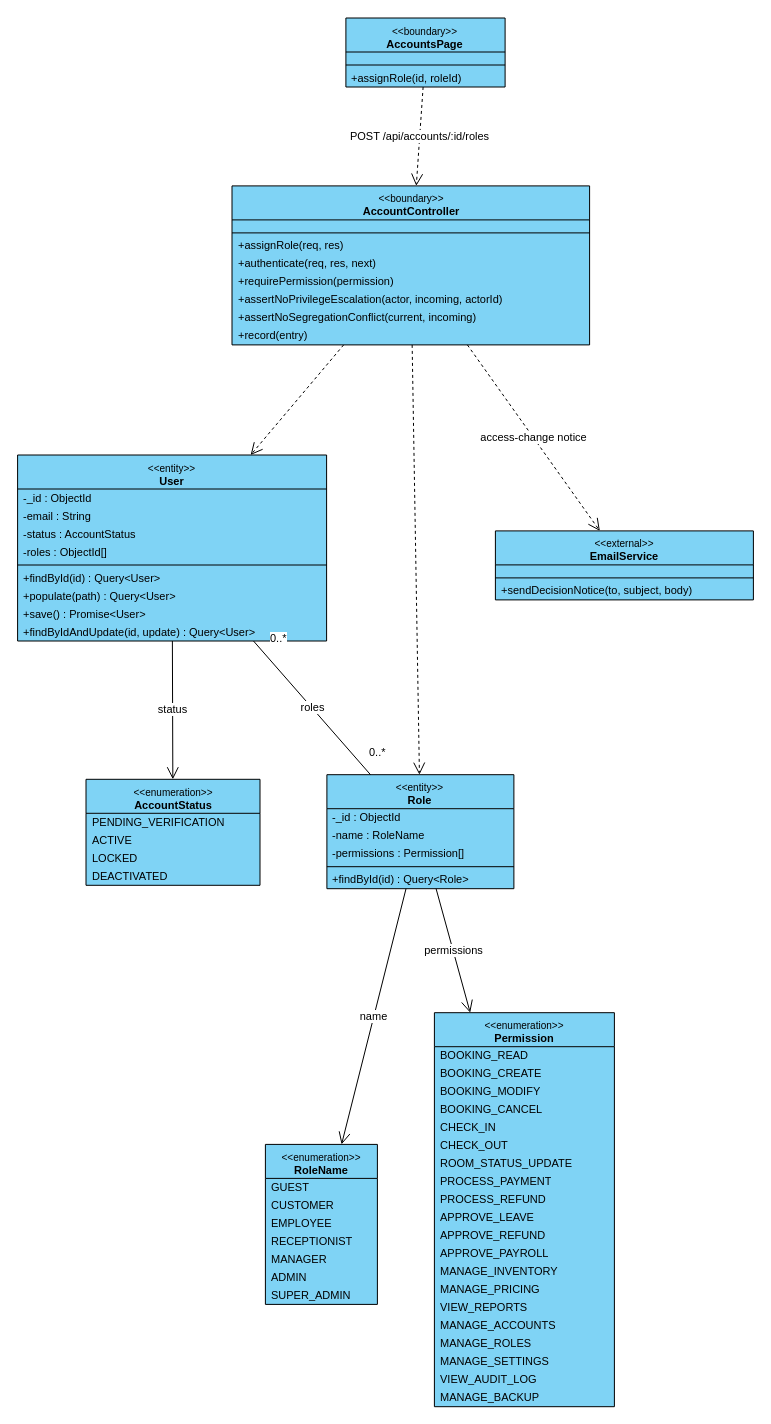
Earlier version of the draw.io diagram final/diagrams/M2_Auth-And-Administration_Diagrams/class_diagrams/CD-08_UC-A06_AssignRoleToAccount.drawio (toikobi401/SWD392). Source tidied: cells renumbered, new cells numbered last; positions are measured from the earlier drawing's top-left corner, leaving out a move shared by most shapes. Both pictures are drawn from the tidied source at 100%, with x=0, y=0 at pixel (17, 17).
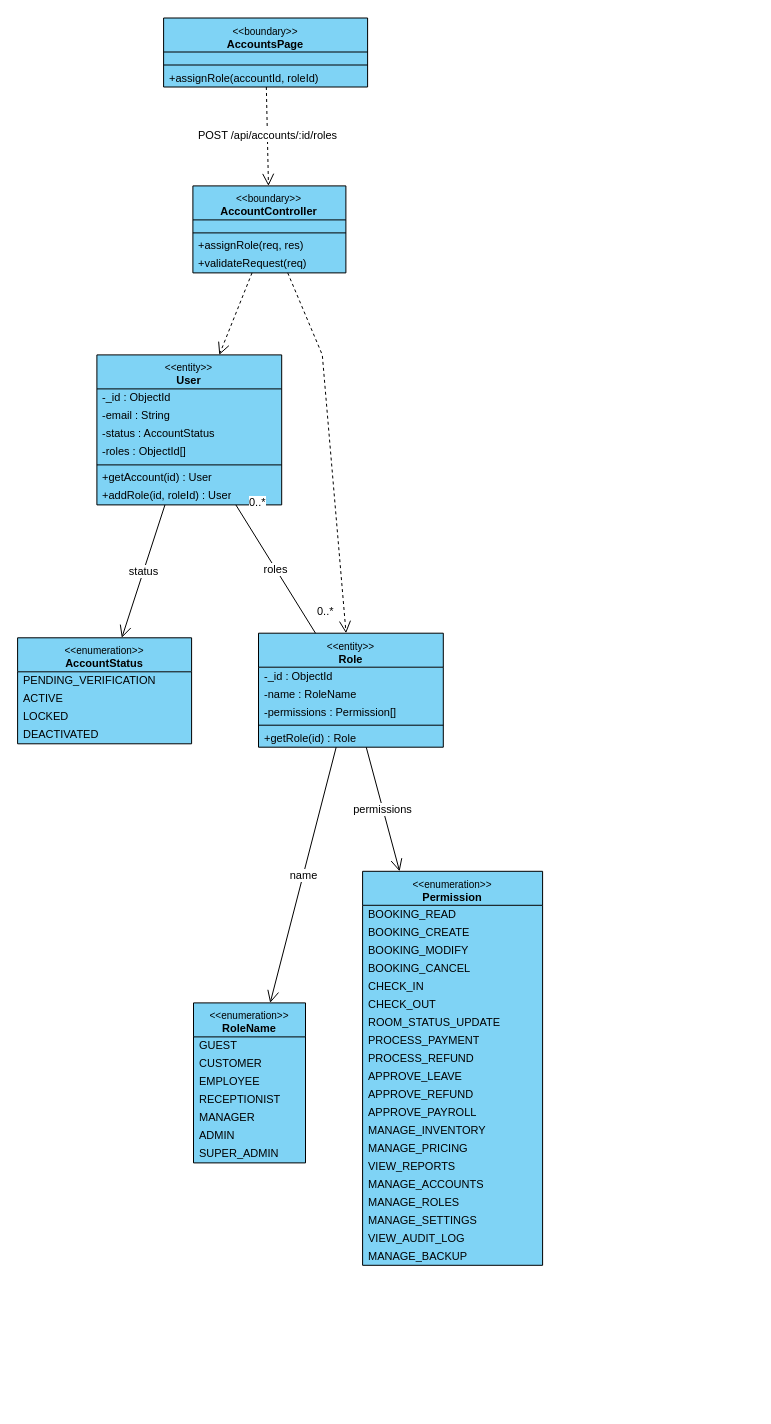
The same page after the edit.

Diff of the diagram source:
```diff
@@
     <mxCell id="2" value="&lt;font style=&quot;font-size:10px&quot;&gt;&amp;lt;&amp;lt;boundary&amp;gt;&amp;gt;&lt;/font&gt;&lt;br&gt;&lt;b&gt;AccountsPage&lt;/b&gt;" style="swimlane;fontStyle=0;align=center;verticalAlign=top;horizontal=1;startSize=34;html=1;whiteSpace=wrap;fontSize=11;fillColor=#7fd3f5;swimlaneFillColor=#7fd3f5;strokeColor=#000000;" parent="1" vertex="1">
-      <mxGeometry x="328.4" y="0.5" width="159.2" height="69" as="geometry" />
+      <mxGeometry x="146.1" y="0.5" width="204" height="69" as="geometry" />
     </mxCell>
     <mxCell id="3" style="text;strokeColor=none;fillColor=none;html=1;" parent="2" vertex="1">
-      <mxGeometry y="34" width="159.2" height="9" as="geometry" />
+      <mxGeometry y="34" width="204" height="9" as="geometry" />
     </mxCell>
     <mxCell id="4" style="line;strokeWidth=1;fillColor=none;align=left;verticalAlign=middle;spacingTop=-1;spacingLeft=3;spacingRight=3;labelPosition=right;strokeColor=#000000;" parent="2" vertex="1">
-      <mxGeometry y="43" width="159.2" height="8" as="geometry" />
+      <mxGeometry y="43" width="204" height="8" as="geometry" />
     </mxCell>
-    <mxCell id="5" value="+assignRole(id, roleId)" style="text;strokeColor=none;fillColor=none;align=left;verticalAlign=middle;spacingLeft=4;spacingRight=4;overflow=hidden;whiteSpace=nowrap;html=1;fontSize=11;" parent="2" vertex="1">
-      <mxGeometry y="51" width="159.2" height="18" as="geometry" />
+    <mxCell id="5" value="+assignRole(accountId, roleId)" style="text;strokeColor=none;fillColor=none;align=left;verticalAlign=middle;spacingLeft=4;spacingRight=4;overflow=hidden;whiteSpace=nowrap;html=1;fontSize=11;" parent="2" vertex="1">
+      <mxGeometry y="51" width="204" height="18" as="geometry" />
     </mxCell>
     <mxCell id="6" value="&lt;font style=&quot;font-size:10px&quot;&gt;&amp;lt;&amp;lt;boundary&amp;gt;&amp;gt;&lt;/font&gt;&lt;br&gt;&lt;b&gt;AccountController&lt;/b&gt;" style="swimlane;fontStyle=0;align=center;verticalAlign=top;horizontal=1;startSize=34;html=1;whiteSpace=wrap;fontSize=11;fillColor=#7fd3f5;swimlaneFillColor=#7fd3f5;strokeColor=#000000;" parent="1" vertex="1">
-      <mxGeometry x="214.5" y="168.4" width="357.6" height="159" as="geometry" />
+      <mxGeometry x="175.4" y="168.4" width="153" height="87" as="geometry" />
     </mxCell>
     <mxCell id="7" style="text;strokeColor=none;fillColor=none;html=1;" parent="6" vertex="1">
-      <mxGeometry y="34" width="357.6" height="9" as="geometry" />
+      <mxGeometry y="34" width="153" height="9" as="geometry" />
     </mxCell>
     <mxCell id="8" style="line;strokeWidth=1;fillColor=none;align=left;verticalAlign=middle;spacingTop=-1;spacingLeft=3;spacingRight=3;labelPosition=right;strokeColor=#000000;" parent="6" vertex="1">
-      <mxGeometry y="43" width="357.6" height="8" as="geometry" />
+      <mxGeometry y="43" width="153" height="8" as="geometry" />
     </mxCell>
     <mxCell id="9" value="+assignRole(req, res)" style="text;strokeColor=none;fillColor=none;align=left;verticalAlign=middle;spacingLeft=4;spacingRight=4;overflow=hidden;whiteSpace=nowrap;html=1;fontSize=11;" parent="6" vertex="1">
-      <mxGeometry y="51" width="357.6" height="18" as="geometry" />
+      <mxGeometry y="51" width="153" height="18" as="geometry" />
     </mxCell>
-    <mxCell id="10" value="+authenticate(req, res, next)" style="text;strokeColor=none;fillColor=none;align=left;verticalAlign=middle;spacingLeft=4;spacingRight=4;overflow=hidden;whiteSpace=nowrap;html=1;fontSize=11;" parent="6" vertex="1">
-      <mxGeometry y="69" width="357.6" height="18" as="geometry" />
+    <mxCell id="10" value="+validateRequest(req)" style="text;strokeColor=none;fillColor=none;align=left;verticalAlign=middle;spacingLeft=4;spacingRight=4;overflow=hidden;whiteSpace=nowrap;html=1;fontSize=11;" parent="6" vertex="1">
+      <mxGeometry y="69" width="153" height="18" as="geometry" />
     </mxCell>
-    <mxCell id="11" value="+requirePermission(permission)" style="text;strokeColor=none;fillColor=none;align=left;verticalAlign=middle;spacingLeft=4;spacingRight=4;overflow=hidden;whiteSpace=nowrap;html=1;fontSize=11;" parent="6" vertex="1">
-      <mxGeometry y="87" width="357.6" height="18" as="geometry" />
-    </mxCell>
-    <mxCell id="12" value="+assertNoPrivilegeEscalation(actor, incoming, actorId)" style="text;strokeColor=none;fillColor=none;align=left;verticalAlign=middle;spacingLeft=4;spacingRight=4;overflow=hidden;whiteSpace=nowrap;html=1;fontSize=11;" parent="6" vertex="1">
-      <mxGeometry y="105" width="357.6" height="18" as="geometry" />
-    </mxCell>
-    <mxCell id="13" value="+assertNoSegregationConflict(current, incoming)" style="text;strokeColor=none;fillColor=none;align=left;verticalAlign=middle;spacingLeft=4;spacingRight=4;overflow=hidden;whiteSpace=nowrap;html=1;fontSize=11;" parent="6" vertex="1">
-      <mxGeometry y="123" width="357.6" height="18" as="geometry" />
-    </mxCell>
-    <mxCell id="14" value="+record(entry)" style="text;strokeColor=none;fillColor=none;align=left;verticalAlign=middle;spacingLeft=4;spacingRight=4;overflow=hidden;whiteSpace=nowrap;html=1;fontSize=11;" parent="6" vertex="1">
-      <mxGeometry y="141" width="357.6" height="18" as="geometry" />
-    </mxCell>
     <mxCell id="15" value="&lt;font style=&quot;font-size:10px&quot;&gt;&amp;lt;&amp;lt;entity&amp;gt;&amp;gt;&lt;/font&gt;&lt;br&gt;&lt;b&gt;User&lt;/b&gt;" style="swimlane;fontStyle=0;align=center;verticalAlign=top;horizontal=1;startSize=34;html=1;whiteSpace=wrap;fontSize=11;fillColor=#7fd3f5;swimlaneFillColor=#7fd3f5;strokeColor=#000000;" parent="1" vertex="1">
-      <mxGeometry x="0.1" y="437.5" width="309" height="186" as="geometry" />
+      <mxGeometry x="79.4" y="337.4" width="184.8" height="150" as="geometry" />
     </mxCell>
     <mxCell id="16" value="-_id : ObjectId" style="text;strokeColor=none;fillColor=none;align=left;verticalAlign=middle;spacingLeft=4;spacingRight=4;overflow=hidden;whiteSpace=nowrap;html=1;fontSize=11;" parent="15" vertex="1">
-      <mxGeometry y="34" width="309" height="18" as="geometry" />
+      <mxGeometry y="34" width="184.8" height="18" as="geometry" />
     </mxCell>
     <mxCell id="17" value="-email : String" style="text;strokeColor=none;fillColor=none;align=left;verticalAlign=middle;spacingLeft=4;spacingRight=4;overflow=hidden;whiteSpace=nowrap;html=1;fontSize=11;" parent="15" vertex="1">
-      <mxGeometry y="52" width="309" height="18" as="geometry" />
+      <mxGeometry y="52" width="184.8" height="18" as="geometry" />
     </mxCell>
     <mxCell id="18" value="-status : AccountStatus" style="text;strokeColor=none;fillColor=none;align=left;verticalAlign=middle;spacingLeft=4;spacingRight=4;overflow=hidden;whiteSpace=nowrap;html=1;fontSize=11;" parent="15" vertex="1">
-      <mxGeometry y="70" width="309" height="18" as="geometry" />
+      <mxGeometry y="70" width="184.8" height="18" as="geometry" />
     </mxCell>
     <mxCell id="19" value="-roles : ObjectId[]" style="text;strokeColor=none;fillColor=none;align=left;verticalAlign=middle;spacingLeft=4;spacingRight=4;overflow=hidden;whiteSpace=nowrap;html=1;fontSize=11;" parent="15" vertex="1">
-      <mxGeometry y="88" width="309" height="18" as="geometry" />
+      <mxGeometry y="88" width="184.8" height="18" as="geometry" />
     </mxCell>
     <mxCell id="20" style="line;strokeWidth=1;fillColor=none;align=left;verticalAlign=middle;spacingTop=-1;spacingLeft=3;spacingRight=3;labelPosition=right;strokeColor=#000000;" parent="15" vertex="1">
-      <mxGeometry y="106" width="309" height="8" as="geometry" />
+      <mxGeometry y="106" width="184.8" height="8" as="geometry" />
     </mxCell>
-    <mxCell id="21" value="+findById(id) : Query&amp;lt;User&amp;gt;" style="text;strokeColor=none;fillColor=none;align=left;verticalAlign=middle;spacingLeft=4;spacingRight=4;overflow=hidden;whiteSpace=nowrap;html=1;fontSize=11;" parent="15" vertex="1">
-      <mxGeometry y="114" width="309" height="18" as="geometry" />
+    <mxCell id="21" value="+getAccount(id) : User" style="text;strokeColor=none;fillColor=none;align=left;verticalAlign=middle;spacingLeft=4;spacingRight=4;overflow=hidden;whiteSpace=nowrap;html=1;fontSize=11;" parent="15" vertex="1">
+      <mxGeometry y="114" width="184.8" height="18" as="geometry" />
     </mxCell>
-    <mxCell id="22" value="+populate(path) : Query&amp;lt;User&amp;gt;" style="text;strokeColor=none;fillColor=none;align=left;verticalAlign=middle;spacingLeft=4;spacingRight=4;overflow=hidden;whiteSpace=nowrap;html=1;fontSize=11;" parent="15" vertex="1">
-      <mxGeometry y="132" width="309" height="18" as="geometry" />
+    <mxCell id="22" value="+addRole(id, roleId) : User" style="text;strokeColor=none;fillColor=none;align=left;verticalAlign=middle;spacingLeft=4;spacingRight=4;overflow=hidden;whiteSpace=nowrap;html=1;fontSize=11;" parent="15" vertex="1">
+      <mxGeometry y="132" width="184.8" height="18" as="geometry" />
     </mxCell>
-    <mxCell id="23" value="+save() : Promise&amp;lt;User&amp;gt;" style="text;strokeColor=none;fillColor=none;align=left;verticalAlign=middle;spacingLeft=4;spacingRight=4;overflow=hidden;whiteSpace=nowrap;html=1;fontSize=11;" parent="15" vertex="1">
-      <mxGeometry y="150" width="309" height="18" as="geometry" />
-    </mxCell>
-    <mxCell id="24" value="+findByIdAndUpdate(id, update) : Query&amp;lt;User&amp;gt;" style="text;strokeColor=none;fillColor=none;align=left;verticalAlign=middle;spacingLeft=4;spacingRight=4;overflow=hidden;whiteSpace=nowrap;html=1;fontSize=11;" parent="15" vertex="1">
-      <mxGeometry y="168" width="309" height="18" as="geometry" />
-    </mxCell>
     <mxCell id="25" value="&lt;font style=&quot;font-size:10px&quot;&gt;&amp;lt;&amp;lt;entity&amp;gt;&amp;gt;&lt;/font&gt;&lt;br&gt;&lt;b&gt;Role&lt;/b&gt;" style="swimlane;fontStyle=0;align=center;verticalAlign=top;horizontal=1;startSize=34;html=1;whiteSpace=wrap;fontSize=11;fillColor=#7fd3f5;swimlaneFillColor=#7fd3f5;strokeColor=#000000;" parent="1" vertex="1">
-      <mxGeometry x="309.4" y="757.2" width="187" height="114" as="geometry" />
+      <mxGeometry x="241" y="615.7" width="184.8" height="114" as="geometry" />
     </mxCell>
     <mxCell id="26" value="-_id : ObjectId" style="text;strokeColor=none;fillColor=none;align=left;verticalAlign=middle;spacingLeft=4;spacingRight=4;overflow=hidden;whiteSpace=nowrap;html=1;fontSize=11;" parent="25" vertex="1">
-      <mxGeometry y="34" width="187" height="18" as="geometry" />
+      <mxGeometry y="34" width="184.8" height="18" as="geometry" />
     </mxCell>
     <mxCell id="27" value="-name : RoleName" style="text;strokeColor=none;fillColor=none;align=left;verticalAlign=middle;spacingLeft=4;spacingRight=4;overflow=hidden;whiteSpace=nowrap;html=1;fontSize=11;" parent="25" vertex="1">
-      <mxGeometry y="52" width="187" height="18" as="geometry" />
+      <mxGeometry y="52" width="184.8" height="18" as="geometry" />
     </mxCell>
     <mxCell id="28" value="-permissions : Permission[]" style="text;strokeColor=none;fillColor=none;align=left;verticalAlign=middle;spacingLeft=4;spacingRight=4;overflow=hidden;whiteSpace=nowrap;html=1;fontSize=11;" parent="25" vertex="1">
-      <mxGeometry y="70" width="187" height="18" as="geometry" />
+      <mxGeometry y="70" width="184.8" height="18" as="geometry" />
     </mxCell>
     <mxCell id="29" style="line;strokeWidth=1;fillColor=none;align=left;verticalAlign=middle;spacingTop=-1;spacingLeft=3;spacingRight=3;labelPosition=right;strokeColor=#000000;" parent="25" vertex="1">
-      <mxGeometry y="88" width="187" height="8" as="geometry" />
+      <mxGeometry y="88" width="184.8" height="8" as="geometry" />
     </mxCell>
-    <mxCell id="30" value="+findById(id) : Query&amp;lt;Role&amp;gt;" style="text;strokeColor=none;fillColor=none;align=left;verticalAlign=middle;spacingLeft=4;spacingRight=4;overflow=hidden;whiteSpace=nowrap;html=1;fontSize=11;" parent="25" vertex="1">
-      <mxGeometry y="96" width="187" height="18" as="geometry" />
+    <mxCell id="30" value="+getRole(id) : Role" style="text;strokeColor=none;fillColor=none;align=left;verticalAlign=middle;spacingLeft=4;spacingRight=4;overflow=hidden;whiteSpace=nowrap;html=1;fontSize=11;" parent="25" vertex="1">
+      <mxGeometry y="96" width="184.8" height="18" as="geometry" />
     </mxCell>
-    <mxCell id="31" value="&lt;font style=&quot;font-size:10px&quot;&gt;&amp;lt;&amp;lt;external&amp;gt;&amp;gt;&lt;/font&gt;&lt;br&gt;&lt;b&gt;EmailService&lt;/b&gt;" style="swimlane;fontStyle=0;align=center;verticalAlign=top;horizontal=1;startSize=34;html=1;whiteSpace=wrap;fontSize=11;fillColor=#7fd3f5;swimlaneFillColor=#7fd3f5;strokeColor=#000000;" parent="1" vertex="1">
-      <mxGeometry x="477.9" y="513.4" width="258" height="69" as="geometry" />
-    </mxCell>
-    <mxCell id="32" style="text;strokeColor=none;fillColor=none;html=1;" parent="31" vertex="1">
-      <mxGeometry y="34" width="258" height="9" as="geometry" />
-    </mxCell>
-    <mxCell id="33" style="line;strokeWidth=1;fillColor=none;align=left;verticalAlign=middle;spacingTop=-1;spacingLeft=3;spacingRight=3;labelPosition=right;strokeColor=#000000;" parent="31" vertex="1">
-      <mxGeometry y="43" width="258" height="8" as="geometry" />
-    </mxCell>
-    <mxCell id="34" value="+sendDecisionNotice(to, subject, body)" style="text;strokeColor=none;fillColor=none;align=left;verticalAlign=middle;spacingLeft=4;spacingRight=4;overflow=hidden;whiteSpace=nowrap;html=1;fontSize=11;" parent="31" vertex="1">
-      <mxGeometry y="51" width="258" height="18" as="geometry" />
-    </mxCell>
     <mxCell id="35" value="&lt;font style=&quot;font-size:10px&quot;&gt;&amp;lt;&amp;lt;enumeration&amp;gt;&amp;gt;&lt;/font&gt;&lt;br&gt;&lt;b&gt;AccountStatus&lt;/b&gt;" style="swimlane;fontStyle=0;align=center;verticalAlign=top;horizontal=1;startSize=34;html=1;whiteSpace=wrap;fontSize=11;fillColor=#7fd3f5;swimlaneFillColor=#7fd3f5;strokeColor=#000000;" parent="1" vertex="1">
-      <mxGeometry x="68.5" y="761.8" width="174" height="106" as="geometry" />
+      <mxGeometry x="0.1" y="620.3" width="174" height="106" as="geometry" />
     </mxCell>
@@
     <mxCell id="40" value="&lt;font style=&quot;font-size:10px&quot;&gt;&amp;lt;&amp;lt;enumeration&amp;gt;&amp;gt;&lt;/font&gt;&lt;br&gt;&lt;b&gt;RoleName&lt;/b&gt;" style="swimlane;fontStyle=0;align=center;verticalAlign=top;horizontal=1;startSize=34;html=1;whiteSpace=wrap;fontSize=11;fillColor=#7fd3f5;swimlaneFillColor=#7fd3f5;strokeColor=#000000;" parent="1" vertex="1">
-      <mxGeometry x="247.9" y="1126.9" width="112" height="160" as="geometry" />
+      <mxGeometry x="176" y="985.4" width="112" height="160" as="geometry" />
     </mxCell>
@@
     <mxCell id="48" value="&lt;font style=&quot;font-size:10px&quot;&gt;&amp;lt;&amp;lt;enumeration&amp;gt;&amp;gt;&lt;/font&gt;&lt;br&gt;&lt;b&gt;Permission&lt;/b&gt;" style="swimlane;fontStyle=0;align=center;verticalAlign=top;horizontal=1;startSize=34;html=1;whiteSpace=wrap;fontSize=11;fillColor=#7fd3f5;swimlaneFillColor=#7fd3f5;strokeColor=#000000;" parent="1" vertex="1">
-      <mxGeometry x="416.9" y="995.2" width="180" height="394" as="geometry" />
+      <mxGeometry x="345.1" y="853.8" width="180" height="394" as="geometry" />
     </mxCell>
@@
     <mxCell id="71" style="html=1;rounded=0;fontSize=11;labelBackgroundColor=#ffffff;dashed=1;endArrow=open;endSize=10;" parent="1" edge="1" source="6" target="25">
-      <mxGeometry relative="1" as="geometry" />
+      <mxGeometry relative="1" as="geometry">
+        <Array as="points">
+          <mxPoint x="304.8" y="337.4" />
+        </Array>
+      </mxGeometry>
     </mxCell>
-    <mxCell id="72" value="access-change notice" style="html=1;rounded=0;fontSize=11;labelBackgroundColor=#ffffff;dashed=1;endArrow=open;endSize=10;" parent="1" edge="1" source="6" target="31">
+    <mxCell id="72" value="roles" style="html=1;rounded=0;fontSize=11;labelBackgroundColor=#ffffff;endArrow=none;" parent="1" edge="1" source="15" target="25">
       <mxGeometry relative="1" as="geometry" />
     </mxCell>
+    <mxCell id="79" value="0..*" style="edgeLabel;html=1;align=left;verticalAlign=bottom;fontSize=11;" parent="72" vertex="1">
+      <mxGeometry x="-0.85" relative="1" as="geometry">
+        <mxPoint x="6" y="-4" as="offset" />
+      </mxGeometry>
+    </mxCell>
+    <mxCell id="80" value="0..*" style="edgeLabel;html=1;align=left;verticalAlign=bottom;fontSize=11;" parent="72" vertex="1">
+      <mxGeometry x="0.85" relative="1" as="geometry">
+        <mxPoint x="6" y="-4" as="offset" />
+      </mxGeometry>
+    </mxCell>
-    <mxCell id="73" value="roles" style="html=1;rounded=0;fontSize=11;labelBackgroundColor=#ffffff;endArrow=none;" parent="1" edge="1" source="15" target="25">
+    <mxCell id="73" value="status" style="html=1;rounded=0;fontSize=11;labelBackgroundColor=#ffffff;endArrow=open;endSize=10;" parent="1" edge="1" source="15" target="35">
       <mxGeometry relative="1" as="geometry" />
     </mxCell>
-    <mxCell id="74" value="0..*" style="edgeLabel;html=1;align=left;verticalAlign=bottom;fontSize=11;" parent="73" vertex="1">
-      <mxGeometry x="-0.85" relative="1" as="geometry">
-        <mxPoint x="6" y="-4" as="offset" />
-      </mxGeometry>
-    </mxCell>
-    <mxCell id="75" value="0..*" style="edgeLabel;html=1;align=left;verticalAlign=bottom;fontSize=11;" parent="73" vertex="1">
-      <mxGeometry x="0.85" relative="1" as="geometry">
-        <mxPoint x="6" y="-4" as="offset" />
-      </mxGeometry>
-    </mxCell>
-    <mxCell id="76" value="status" style="html=1;rounded=0;fontSize=11;labelBackgroundColor=#ffffff;endArrow=open;endSize=10;" parent="1" edge="1" source="15" target="35">
+    <mxCell id="76" value="name" style="html=1;rounded=0;fontSize=11;labelBackgroundColor=#ffffff;endArrow=open;endSize=10;" parent="1" edge="1" source="25" target="40">
       <mxGeometry relative="1" as="geometry" />
     </mxCell>
-    <mxCell id="77" value="name" style="html=1;rounded=0;fontSize=11;labelBackgroundColor=#ffffff;endArrow=open;endSize=10;" parent="1" edge="1" source="25" target="40">
+    <mxCell id="77" value="permissions" style="html=1;rounded=0;fontSize=11;labelBackgroundColor=#ffffff;endArrow=open;endSize=10;" parent="1" edge="1" source="25" target="48">
       <mxGeometry relative="1" as="geometry" />
     </mxCell>
-    <mxCell id="78" value="permissions" style="html=1;rounded=0;fontSize=11;labelBackgroundColor=#ffffff;endArrow=open;endSize=10;" parent="1" edge="1" source="25" target="48">
-      <mxGeometry relative="1" as="geometry" />
-    </mxCell>
```
